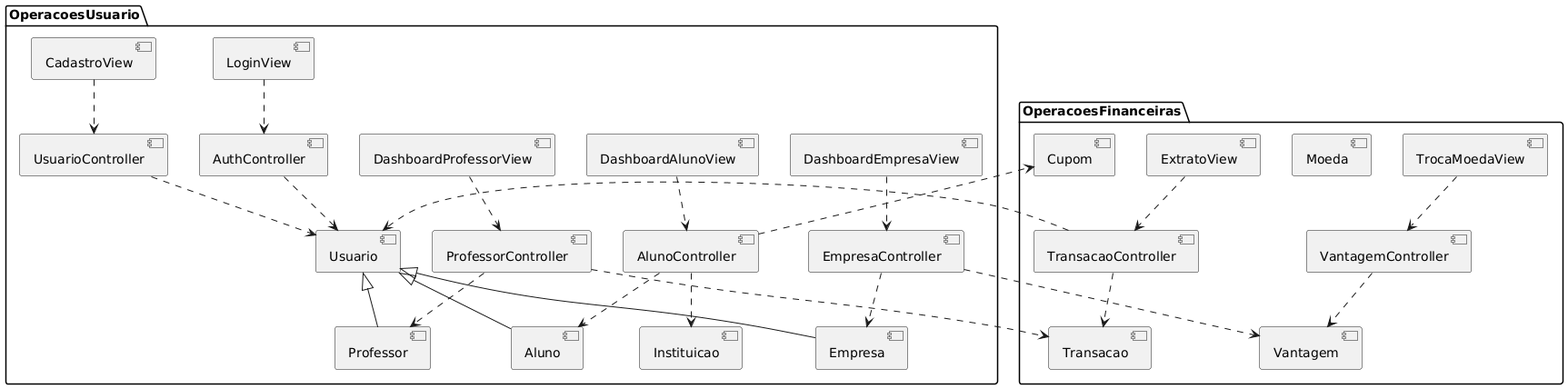
This is project/img/components.png from hegdt/lds-3, a PlantUML export, as it was before one commit. The source it was exported from:
```plantuml
@startuml
package "OperacoesUsuario" {
  [CadastroView]
  [LoginView]
  [DashboardAlunoView]
  [DashboardProfessorView]
  [DashboardEmpresaView]
  [AuthController]
  [UsuarioController]
  [AlunoController]
  [ProfessorController]
  [EmpresaController]
  [Usuario]
  [Aluno]
  [Professor]
  [Empresa]
  [Instituicao]
}

package "OperacoesFinanceiras" {
  [ExtratoView]
  [TrocaMoedaView]
  [VantagemController]
  [TransacaoController]
  [Vantagem]
  [Moeda]
  [Transacao]
  [Cupom]
}

[LoginView] ..> [AuthController]
[DashboardAlunoView] ..> [AlunoController]
[DashboardProfessorView] ..> [ProfessorController]
[DashboardEmpresaView] ..> [EmpresaController]
[ExtratoView] ..> [TransacaoController]
[TrocaMoedaView] ..> [VantagemController]
[CadastroView] ..> [UsuarioController]

[AuthController] ..> [Usuario]
[UsuarioController] ..> [Usuario]
[AlunoController] ..> [Aluno]
[AlunoController] ..> [Instituicao]
[AlunoController] ..> [Cupom]
[ProfessorController] ..> [Professor]
[ProfessorController] ..> [Transacao]
[EmpresaController] ..> [Empresa]
[EmpresaController] ..> [Vantagem]
[VantagemController] ..> [Vantagem]
[TransacaoController] ..> [Transacao]
[TransacaoController] ..> [Usuario]

[Usuario] <|-- [Aluno]
[Usuario] <|-- [Professor]
[Usuario] <|-- [Empresa]
@enduml
```
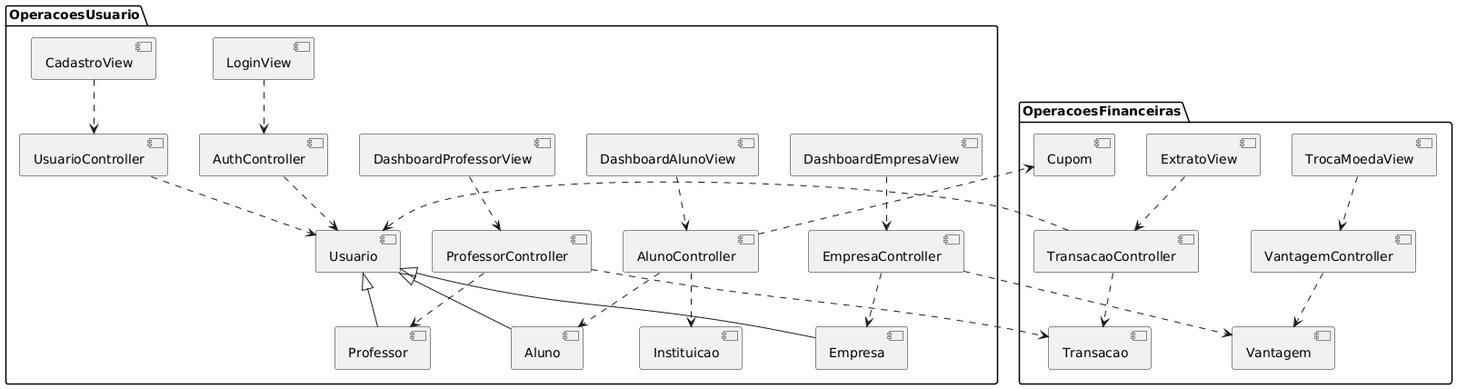
After the change.

Commit message:
update component diagram

What changed in the source:
```diff
@@ -23,7 +23,6 @@
   [VantagemController]
   [TransacaoController]
   [Vantagem]
-  [Moeda]
   [Transacao]
   [Cupom]
 }
```
